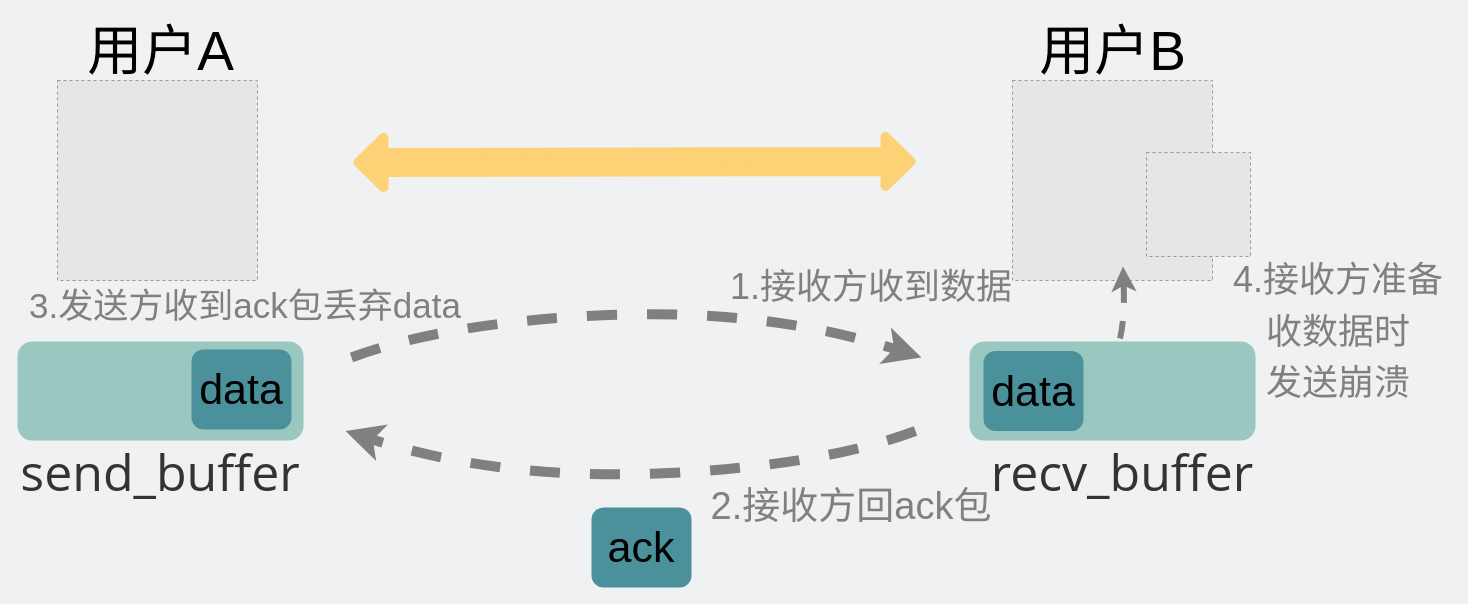
Above: network/使用TCP协议却发生丢包.drawio in xiaobaiTech/image (draw.io), before the change. Source tidied: cells renumbered, new cells numbered last; positions are measured from the earlier drawing's top-left corner, leaving out a move shared by most shapes. Both pictures are drawn from the tidied source at 100%, with x=0, y=0 at pixel (17, 20). Pictures stored in the file or linked from it are replaced by grey dashed boxes.
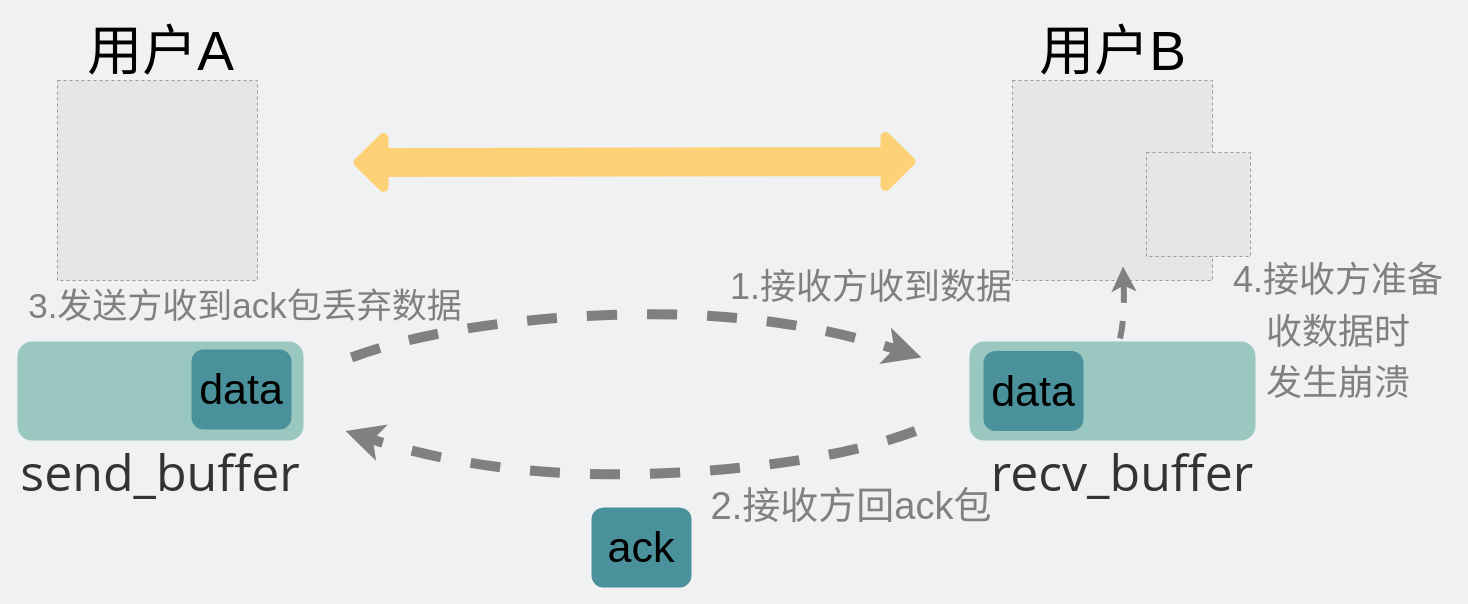
The same diagram, later.

Commit message:
更新使用TCP协议却发生丢包.drawio

Change to the diagram source:
```diff
@@
-    <mxCell id="20" value="&lt;font style=&quot;font-size: 36px;&quot; color=&quot;#808080&quot;&gt;4.接收方准备&lt;br&gt;收数据时&lt;br&gt;发送崩溃&lt;/font&gt;" style="text;html=1;strokeColor=none;fillColor=none;align=center;verticalAlign=middle;whiteSpace=wrap;rounded=0;fontSize=43;" parent="1" vertex="1">
+    <mxCell id="20" value="&lt;font style=&quot;font-size: 36px;&quot; color=&quot;#808080&quot;&gt;4.接收方准备&lt;br&gt;收数据时&lt;br&gt;发生崩溃&lt;/font&gt;" style="text;html=1;strokeColor=none;fillColor=none;align=center;verticalAlign=middle;whiteSpace=wrap;rounded=0;fontSize=43;" parent="1" vertex="1">
       <mxGeometry x="1208" y="206.5" width="226" height="204" as="geometry" />
     </mxCell>
-    <mxCell id="21" value="&lt;font style=&quot;font-size: 35px;&quot; color=&quot;#808080&quot;&gt;3.发送方收到ack包丢弃data&lt;br&gt;&lt;/font&gt;" style="text;html=1;strokeColor=none;fillColor=none;align=center;verticalAlign=middle;whiteSpace=wrap;rounded=0;fontSize=43;" parent="1" vertex="1">
+    <mxCell id="21" value="&lt;font style=&quot;font-size: 35px;&quot; color=&quot;#808080&quot;&gt;3.发送方收到ack包丢弃数据&lt;br&gt;&lt;/font&gt;" style="text;html=1;strokeColor=none;fillColor=none;align=center;verticalAlign=middle;whiteSpace=wrap;rounded=0;fontSize=43;" parent="1" vertex="1">
       <mxGeometry x="7" y="268" width="442" height="30" as="geometry" />
     </mxCell>
```
